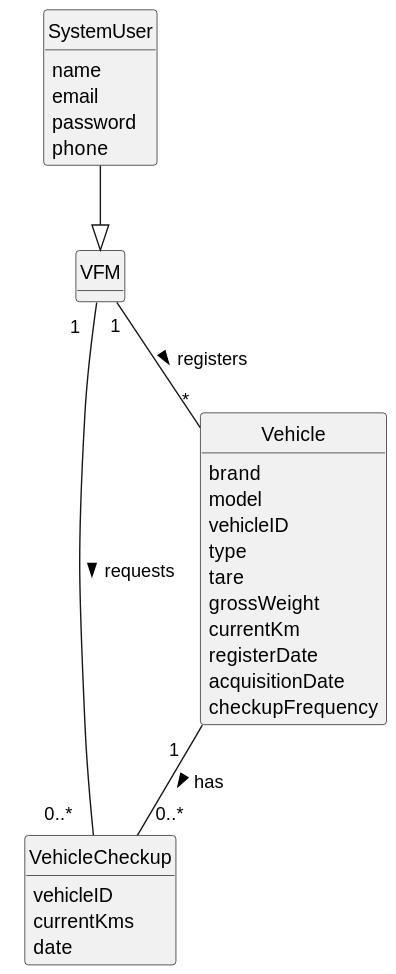
Above: docs/sprintA/us007/02.analysis/svg/us007-domain-model.svg in Departamento-de-Engenharia-Informatica/lei-24-s2-1do-g164 (PlantUML), before the change.
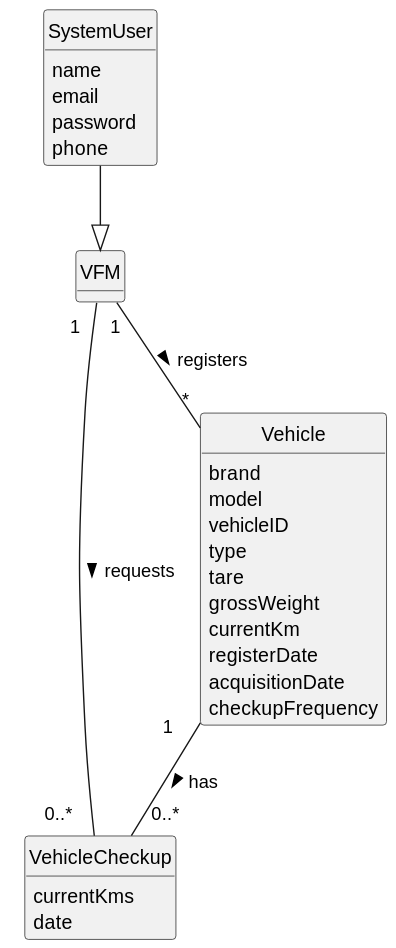
The same diagram one commit later.

Commit message:
project domain model corrections and us008/us007 corrections

The edit, as a diff of the source:
```diff
@@ -23,7 +23,6 @@
 }
 
 class VehicleCheckup {
-vehicleID
     currentKms
     date
 
```
